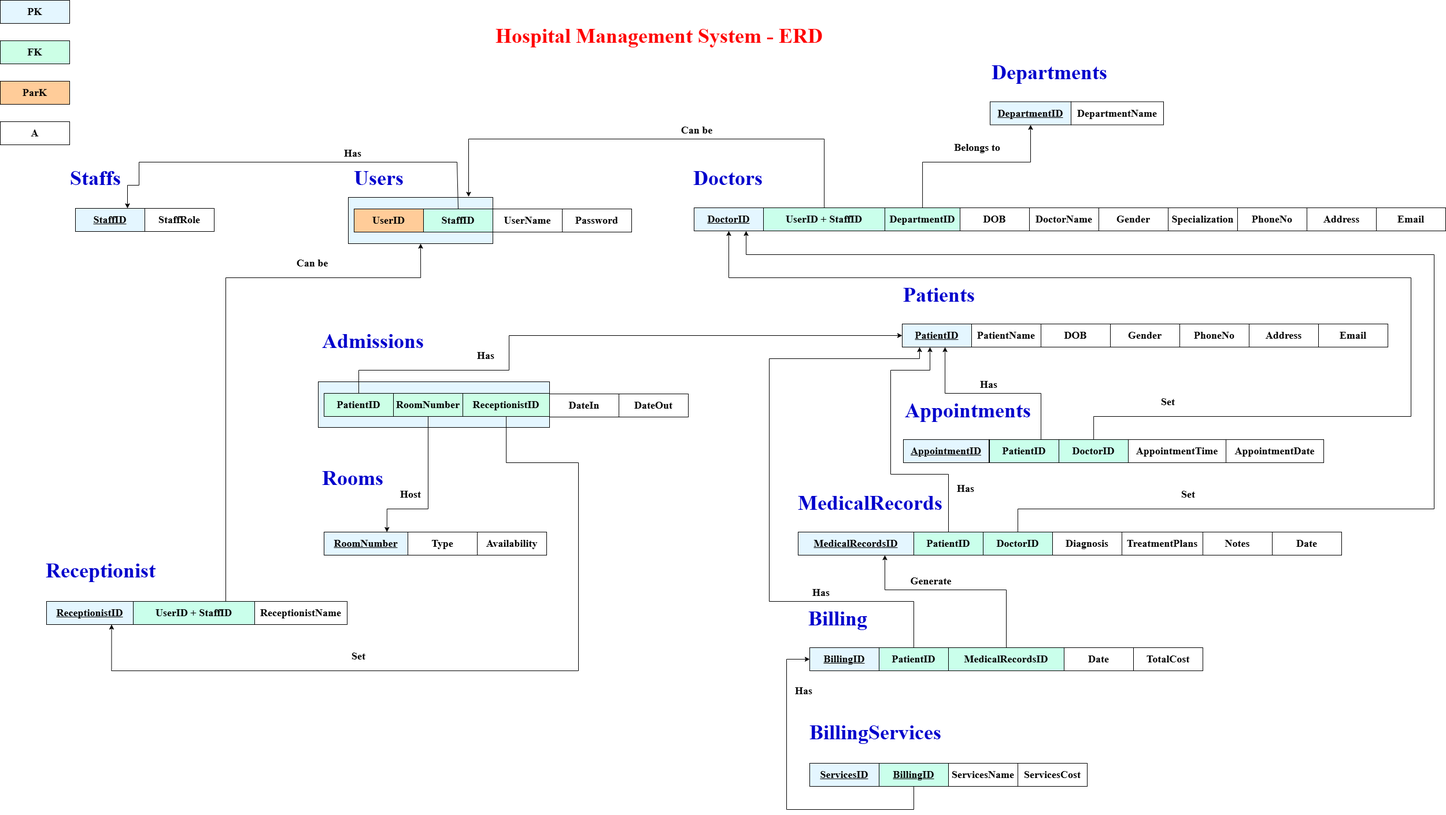
rahmaAlmamari/HospitalManagementSystem keeps this draw.io diagram as Images/_HospitalManagementSystemMapping.png. Above is the earlier version. Source tidied: cells renumbered, new cells last; positions are measured from the earlier drawing's top-left corner, leaving out a move shared by most shapes.
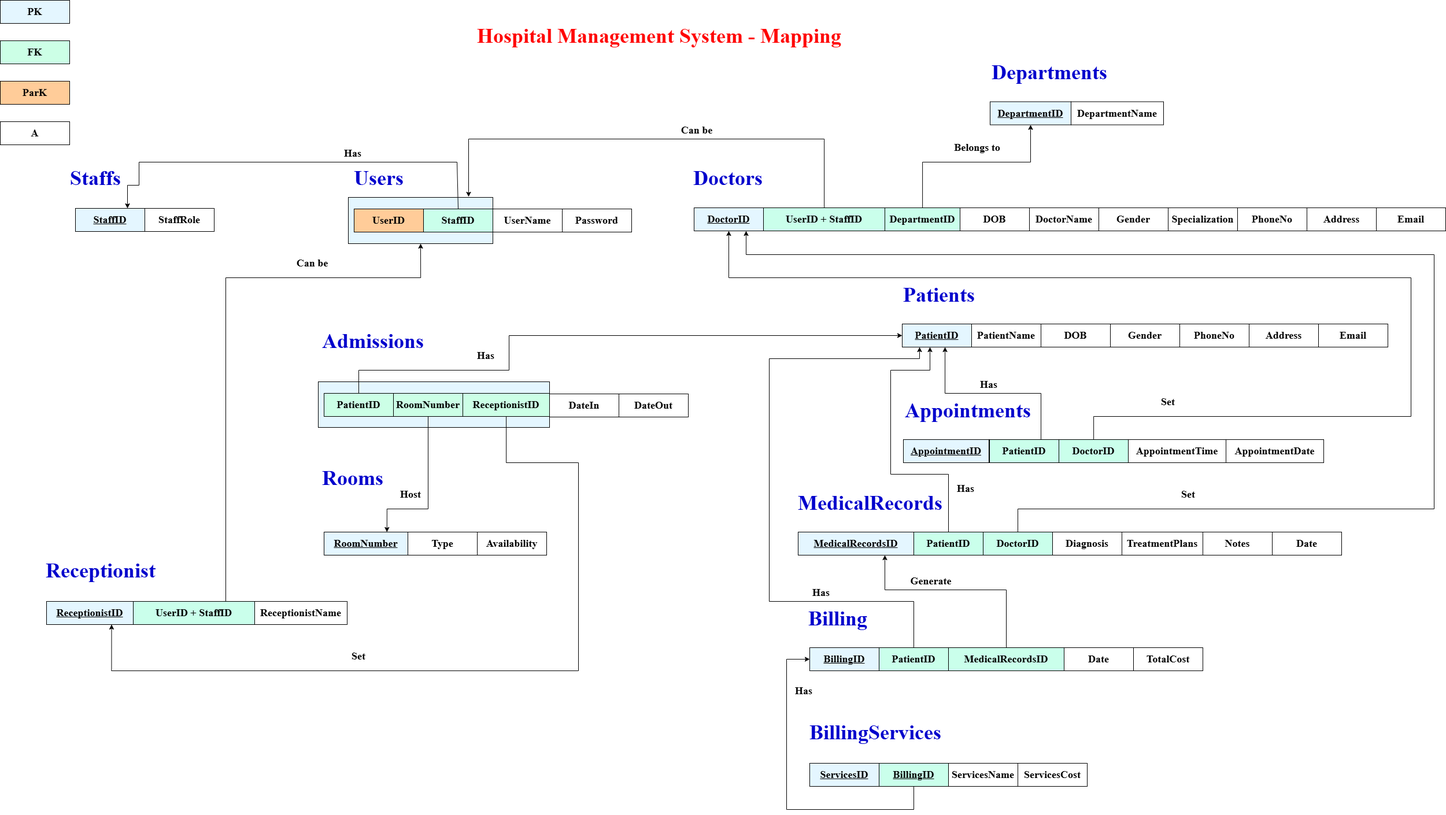
After the change.

Commit message:
modify the mapping solution title

Diff of the diagram source:
```diff
@@ -8,7 +8,7 @@
     <mxCell id="3" style="whiteSpace=wrap;html=1;align=center;fillColor=#E4F6FF;" parent="1" vertex="1">
       <mxGeometry x="602" y="341" width="250" height="80" as="geometry" />
     </mxCell>
-    <mxCell id="4" value="&lt;h1&gt;&lt;font style=&quot;font-size: 36px; color: rgb(255, 0, 0);&quot; face=&quot;Times New Roman&quot;&gt; Hospital Management System - ERD&lt;/font&gt;&lt;/h1&gt;" style="text;html=1;align=center;verticalAlign=middle;whiteSpace=wrap;rounded=0;" parent="1" vertex="1">
+    <mxCell id="4" value="&lt;h1&gt;&lt;font style=&quot;font-size: 36px; color: rgb(255, 0, 0);&quot; face=&quot;Times New Roman&quot;&gt; Hospital Management System - Mapping&lt;/font&gt;&lt;/h1&gt;" style="text;html=1;align=center;verticalAlign=middle;whiteSpace=wrap;rounded=0;" parent="1" vertex="1">
       <mxGeometry x="820" y="22" width="640" height="80" as="geometry" />
     </mxCell>
     <mxCell id="5" value="&lt;font style=&quot;font-size: 18px;&quot; face=&quot;Times New Roman&quot;&gt;&lt;b&gt;PK&lt;/b&gt;&lt;/font&gt;" style="whiteSpace=wrap;html=1;align=center;fillColor=#E4F6FF;" parent="1" vertex="1">
```
